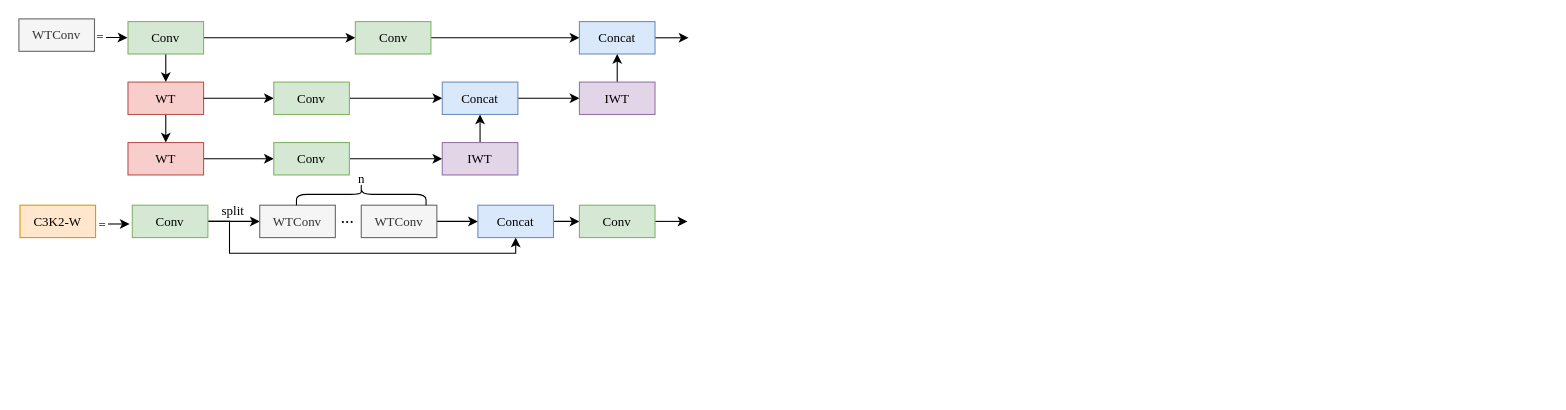
The draw.io diagram C3K2WTConv.drawio in HTMLCSS-XD/draw.io, before the edit. Source tidied: cells renumbered, new cells numbered last; positions are measured from the earlier drawing's top-left corner, leaving out a move shared by most shapes. Both pictures are drawn from the tidied source at 108%, with x=0, y=0 at pixel (18, 18).
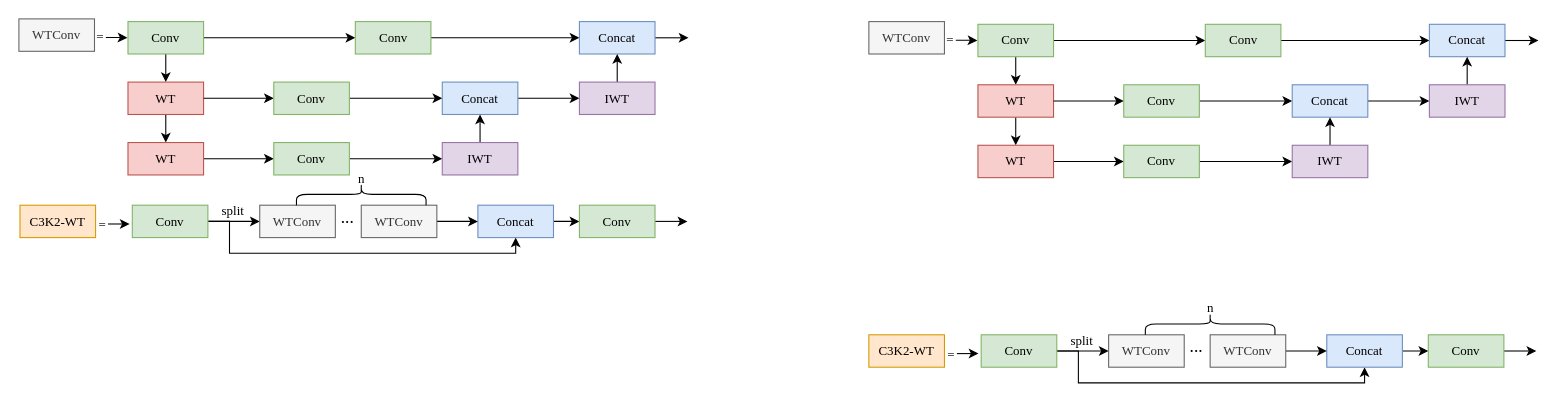
The same diagram, later.

Diff of the diagram source:
```diff
@@
-    <mxCell id="13" value="C3K2-W" style="rounded=0;whiteSpace=wrap;html=1;fillColor=#ffe6cc;fontSize=12;fontFamily=Times New Roman;strokeColor=#d79b00;" parent="1" vertex="1">
+    <mxCell id="13" value="C3K2-WT" style="rounded=0;whiteSpace=wrap;html=1;fillColor=#ffe6cc;fontSize=12;fontFamily=Times New Roman;strokeColor=#d79b00;" parent="1" vertex="1">
       <mxGeometry x="1" y="172.5" width="70" height="30" as="geometry" />
     </mxCell>
@@
+    <mxCell id="44" value="n" style="text;html=1;align=center;verticalAlign=middle;strokeColor=none;fillColor=none;fontSize=12;fontFamily=Times New Roman;" parent="1" vertex="1">
+      <mxGeometry x="1088" y="252.5" width="30" height="30" as="geometry" />
+    </mxCell>
+    <mxCell id="45" style="edgeStyle=orthogonalEdgeStyle;rounded=0;jettySize=auto;html=1;entryX=0.5;entryY=1;entryDx=0;entryDy=0;fontSize=12;fontFamily=Times New Roman;" parent="1" edge="1" source="47" target="50">
+      <mxGeometry relative="1" as="geometry">
+        <Array as="points">
+          <mxPoint x="981" y="308" />
+          <mxPoint x="981" y="337" />
+          <mxPoint x="1246" y="337" />
+        </Array>
+      </mxGeometry>
+    </mxCell>
+    <mxCell id="46" style="edgeStyle=orthogonalEdgeStyle;rounded=0;jettySize=auto;html=1;fontSize=12;fontFamily=Times New Roman;" parent="1" edge="1" source="47" target="48">
+      <mxGeometry relative="1" as="geometry" />
+    </mxCell>
+    <mxCell id="47" value="Conv" style="rounded=0;whiteSpace=wrap;html=1;fillColor=#d5e8d4;fontSize=12;fontFamily=Times New Roman;strokeColor=#82b366;" parent="1" vertex="1">
+      <mxGeometry x="891" y="292.5" width="70" height="30" as="geometry" />
+    </mxCell>
+    <mxCell id="48" value="WTConv" style="rounded=0;whiteSpace=wrap;html=1;fillColor=#f5f5f5;fontSize=12;fontFamily=Times New Roman;strokeColor=#666666;fontColor=#333333;" parent="1" vertex="1">
+      <mxGeometry x="1009" y="292.5" width="70" height="30" as="geometry" />
+    </mxCell>
+    <mxCell id="49" style="edgeStyle=orthogonalEdgeStyle;rounded=0;jettySize=auto;html=1;fontSize=12;fontFamily=Times New Roman;" parent="1" edge="1" source="50" target="54">
+      <mxGeometry relative="1" as="geometry" />
+    </mxCell>
+    <mxCell id="50" value="Concat" style="rounded=0;whiteSpace=wrap;html=1;fillColor=#dae8fc;fontSize=12;fontFamily=Times New Roman;strokeColor=#6c8ebf;" parent="1" vertex="1">
+      <mxGeometry x="1211" y="292.5" width="70" height="30" as="geometry" />
+    </mxCell>
+    <mxCell id="51" style="edgeStyle=orthogonalEdgeStyle;rounded=0;jettySize=auto;html=1;fontSize=12;fontFamily=Times New Roman;" parent="1" edge="1" source="52" target="50">
+      <mxGeometry relative="1" as="geometry" />
+    </mxCell>
+    <mxCell id="52" value="WTConv" style="rounded=0;whiteSpace=wrap;html=1;fillColor=#f5f5f5;fontSize=12;fontFamily=Times New Roman;strokeColor=#666666;fontColor=#333333;" parent="1" vertex="1">
+      <mxGeometry x="1103" y="292.5" width="70" height="30" as="geometry" />
+    </mxCell>
+    <mxCell id="53" style="edgeStyle=orthogonalEdgeStyle;rounded=0;jettySize=auto;html=1;fontFamily=Times New Roman;fontSize=12;" parent="1" edge="1" source="54">
+      <mxGeometry relative="1" as="geometry">
+        <mxPoint x="1405" y="307.5" as="targetPoint" />
+      </mxGeometry>
+    </mxCell>
+    <mxCell id="54" value="Conv" style="rounded=0;whiteSpace=wrap;html=1;fillColor=#d5e8d4;fontSize=12;fontFamily=Times New Roman;strokeColor=#82b366;" parent="1" vertex="1">
+      <mxGeometry x="1305" y="292.5" width="70" height="30" as="geometry" />
+    </mxCell>
+    <mxCell id="55" value="C3K2-WT" style="rounded=0;whiteSpace=wrap;html=1;fillColor=#ffe6cc;fontSize=12;fontFamily=Times New Roman;strokeColor=#d79b00;" parent="1" vertex="1">
+      <mxGeometry x="787" y="292.5" width="70" height="30" as="geometry" />
+    </mxCell>
+    <mxCell id="56" value="=" style="text;html=1;align=center;verticalAlign=middle;strokeColor=none;fillColor=none;fontSize=12;fontFamily=Times New Roman;" parent="1" vertex="1">
+      <mxGeometry x="848" y="295.5" width="30" height="30" as="geometry" />
+    </mxCell>
+    <mxCell id="57" value="sp&lt;span style=&quot;background-color: transparent; color: light-dark(rgb(0, 0, 0), rgb(255, 255, 255));&quot;&gt;lit&lt;/span&gt;" style="text;html=1;align=center;verticalAlign=middle;strokeColor=none;fillColor=none;fontSize=12;fontFamily=Times New Roman;" parent="1" vertex="1">
+      <mxGeometry x="963.5" y="282.5" width="40" height="30" as="geometry" />
+    </mxCell>
+    <mxCell id="58" value="···" style="text;html=1;align=center;verticalAlign=middle;strokeColor=none;fillColor=none;fontSize=12;fontStyle=1;fontFamily=Times New Roman;" parent="1" vertex="1">
+      <mxGeometry x="1070" y="292.5" width="40" height="30" as="geometry" />
+    </mxCell>
+    <mxCell id="59" style="shape=curlyBracket;whiteSpace=wrap;html=1;rounded=1;labelPosition=left;verticalLabelPosition=middle;align=right;verticalAlign=middle;rotation=90;fontSize=12;fontFamily=Times New Roman;" parent="1" vertex="1">
+      <mxGeometry x="1093" y="222.5" width="20" height="120" as="geometry" />
+    </mxCell>
+    <mxCell id="60" style="edgeStyle=orthogonalEdgeStyle;rounded=0;orthogonalLoop=1;jettySize=auto;html=1;fontSize=12;fontFamily=Times New Roman;" parent="1" edge="1">
+      <mxGeometry relative="1" as="geometry">
+        <mxPoint x="868.5" y="309.9" as="sourcePoint" />
+        <mxPoint x="888.5" y="310.1" as="targetPoint" />
+      </mxGeometry>
+    </mxCell>
+    <mxCell id="61" style="edgeStyle=orthogonalEdgeStyle;rounded=0;jettySize=auto;html=1;fontSize=12;fontFamily=Times New Roman;" parent="1" edge="1" source="63" target="65">
+      <mxGeometry relative="1" as="geometry" />
+    </mxCell>
+    <mxCell id="62" style="edgeStyle=orthogonalEdgeStyle;rounded=0;jettySize=auto;html=1;fontSize=12;fontFamily=Times New Roman;" parent="1" edge="1" source="63" target="67">
+      <mxGeometry relative="1" as="geometry" />
+    </mxCell>
+    <mxCell id="63" value="Conv" style="rounded=0;whiteSpace=wrap;html=1;labelBackgroundColor=none;strokeColor=#82b366;fillColor=#d5e8d4;align=center;fontStyle=0;fontSize=12;direction=east;fontFamily=Times New Roman;" parent="1" vertex="1">
+      <mxGeometry x="888" y="5" width="70" height="30" as="geometry" />
+    </mxCell>
+    <mxCell id="64" style="edgeStyle=orthogonalEdgeStyle;rounded=0;jettySize=auto;html=1;entryX=0;entryY=0.5;entryDx=0;entryDy=0;fontFamily=Times New Roman;fontSize=12;" parent="1" edge="1" source="65" target="80">
+      <mxGeometry relative="1" as="geometry" />
+    </mxCell>
+    <mxCell id="65" value="Conv" style="rounded=0;whiteSpace=wrap;html=1;labelBackgroundColor=none;strokeColor=#82b366;fillColor=#d5e8d4;align=center;fontStyle=0;fontSize=12;direction=east;fontFamily=Times New Roman;" parent="1" vertex="1">
+      <mxGeometry x="1098.5" y="5" width="70" height="30" as="geometry" />
+    </mxCell>
+    <mxCell id="66" style="edgeStyle=orthogonalEdgeStyle;rounded=0;jettySize=auto;html=1;fontSize=12;fontFamily=Times New Roman;" parent="1" edge="1" source="67" target="69">
+      <mxGeometry relative="1" as="geometry" />
+    </mxCell>
+    <mxCell id="67" value="WT" style="rounded=0;whiteSpace=wrap;html=1;labelBackgroundColor=none;strokeColor=#b85450;fillColor=#f8cecc;align=center;fontStyle=0;fontSize=12;direction=east;fontFamily=Times New Roman;" parent="1" vertex="1">
+      <mxGeometry x="888" y="61" width="70" height="30" as="geometry" />
+    </mxCell>
+    <mxCell id="68" style="edgeStyle=orthogonalEdgeStyle;rounded=0;jettySize=auto;html=1;fontSize=12;fontFamily=Times New Roman;" parent="1" edge="1" source="69" target="74">
+      <mxGeometry relative="1" as="geometry" />
+    </mxCell>
+    <mxCell id="69" value="WT" style="rounded=0;whiteSpace=wrap;html=1;labelBackgroundColor=none;strokeColor=#b85450;fillColor=#f8cecc;align=center;fontStyle=0;fontSize=12;direction=east;fontFamily=Times New Roman;" parent="1" vertex="1">
+      <mxGeometry x="888" y="117" width="70" height="30" as="geometry" />
+    </mxCell>
+    <mxCell id="70" style="edgeStyle=orthogonalEdgeStyle;rounded=0;jettySize=auto;html=1;entryX=0;entryY=0.5;entryDx=0;entryDy=0;fontSize=12;fontFamily=Times New Roman;" parent="1" edge="1" source="67" target="72">
+      <mxGeometry relative="1" as="geometry" />
+    </mxCell>
+    <mxCell id="71" style="edgeStyle=orthogonalEdgeStyle;rounded=0;jettySize=auto;html=1;fontSize=12;fontFamily=Times New Roman;" parent="1" edge="1" source="72" target="76">
+      <mxGeometry relative="1" as="geometry" />
+    </mxCell>
+    <mxCell id="72" value="Conv" style="rounded=0;whiteSpace=wrap;html=1;labelBackgroundColor=none;strokeColor=#82b366;fillColor=#d5e8d4;align=center;fontStyle=0;fontSize=12;direction=east;fontFamily=Times New Roman;" parent="1" vertex="1">
+      <mxGeometry x="1023" y="61" width="70" height="30" as="geometry" />
+    </mxCell>
+    <mxCell id="73" style="edgeStyle=orthogonalEdgeStyle;rounded=0;jettySize=auto;html=1;fontSize=12;fontFamily=Times New Roman;" parent="1" edge="1" source="74" target="78">
+      <mxGeometry relative="1" as="geometry" />
+    </mxCell>
+    <mxCell id="74" value="Conv" style="rounded=0;whiteSpace=wrap;html=1;labelBackgroundColor=none;strokeColor=#82b366;fillColor=#d5e8d4;align=center;fontStyle=0;fontSize=12;direction=east;fontFamily=Times New Roman;" parent="1" vertex="1">
+      <mxGeometry x="1023" y="117" width="70" height="30" as="geometry" />
+    </mxCell>
+    <mxCell id="75" style="edgeStyle=orthogonalEdgeStyle;rounded=0;jettySize=auto;html=1;fontSize=12;fontFamily=Times New Roman;" parent="1" edge="1" source="76" target="82">
+      <mxGeometry relative="1" as="geometry" />
+    </mxCell>
+    <mxCell id="76" value="Concat" style="rounded=0;whiteSpace=wrap;html=1;labelBackgroundColor=none;strokeColor=#6c8ebf;fillColor=#dae8fc;align=center;fontStyle=0;fontSize=12;direction=east;fontFamily=Times New Roman;" parent="1" vertex="1">
+      <mxGeometry x="1179" y="61" width="70" height="30" as="geometry" />
+    </mxCell>
+    <mxCell id="77" style="edgeStyle=orthogonalEdgeStyle;rounded=0;jettySize=auto;html=1;fontSize=12;fontFamily=Times New Roman;" parent="1" edge="1" source="78" target="76">
+      <mxGeometry relative="1" as="geometry" />
+    </mxCell>
+    <mxCell id="78" value="IWT" style="rounded=0;whiteSpace=wrap;html=1;labelBackgroundColor=none;strokeColor=#9673a6;fillColor=#e1d5e7;align=center;fontStyle=0;fontSize=12;direction=east;fontFamily=Times New Roman;" parent="1" vertex="1">
+      <mxGeometry x="1179" y="117" width="70" height="30" as="geometry" />
+    </mxCell>
+    <mxCell id="79" style="edgeStyle=orthogonalEdgeStyle;rounded=0;jettySize=auto;html=1;fontFamily=Times New Roman;fontSize=12;" parent="1" edge="1" source="80">
+      <mxGeometry relative="1" as="geometry">
+        <mxPoint x="1407" y="20" as="targetPoint" />
+      </mxGeometry>
+    </mxCell>
+    <mxCell id="80" value="Concat" style="rounded=0;whiteSpace=wrap;html=1;labelBackgroundColor=none;strokeColor=#6c8ebf;fillColor=#dae8fc;align=center;fontStyle=0;fontSize=12;direction=east;fontFamily=Times New Roman;" parent="1" vertex="1">
+      <mxGeometry x="1306" y="5" width="70" height="30" as="geometry" />
+    </mxCell>
+    <mxCell id="81" style="edgeStyle=orthogonalEdgeStyle;rounded=0;jettySize=auto;html=1;fontSize=12;fontFamily=Times New Roman;" parent="1" edge="1" source="82" target="80">
+      <mxGeometry relative="1" as="geometry" />
+    </mxCell>
+    <mxCell id="82" value="IWT" style="rounded=0;whiteSpace=wrap;html=1;labelBackgroundColor=none;strokeColor=#9673a6;fillColor=#e1d5e7;align=center;fontStyle=0;fontSize=12;direction=east;fontFamily=Times New Roman;" parent="1" vertex="1">
+      <mxGeometry x="1306" y="61" width="70" height="30" as="geometry" />
+    </mxCell>
+    <mxCell id="83" value="WTConv" style="rounded=0;whiteSpace=wrap;html=1;fillColor=#f5f5f5;fontSize=12;fontFamily=Times New Roman;strokeColor=#666666;fontColor=#333333;" parent="1" vertex="1">
+      <mxGeometry x="787" y="2.5" width="70" height="30" as="geometry" />
+    </mxCell>
+    <mxCell id="84" value="=" style="text;html=1;align=center;verticalAlign=middle;strokeColor=none;fillColor=none;fontSize=12;fontFamily=Times New Roman;" parent="1" vertex="1">
+      <mxGeometry x="846.5" y="4.5" width="30" height="30" as="geometry" />
+    </mxCell>
+    <mxCell id="85" style="edgeStyle=orthogonalEdgeStyle;rounded=0;orthogonalLoop=1;jettySize=auto;html=1;fontSize=12;fontFamily=Times New Roman;" parent="1" edge="1">
+      <mxGeometry relative="1" as="geometry">
+        <mxPoint x="867.5" y="19.7" as="sourcePoint" />
+        <mxPoint x="887.5" y="20" as="targetPoint" />
+        <Array as="points">
+          <mxPoint x="878" y="19.5" />
+        </Array>
+      </mxGeometry>
+    </mxCell>
```
